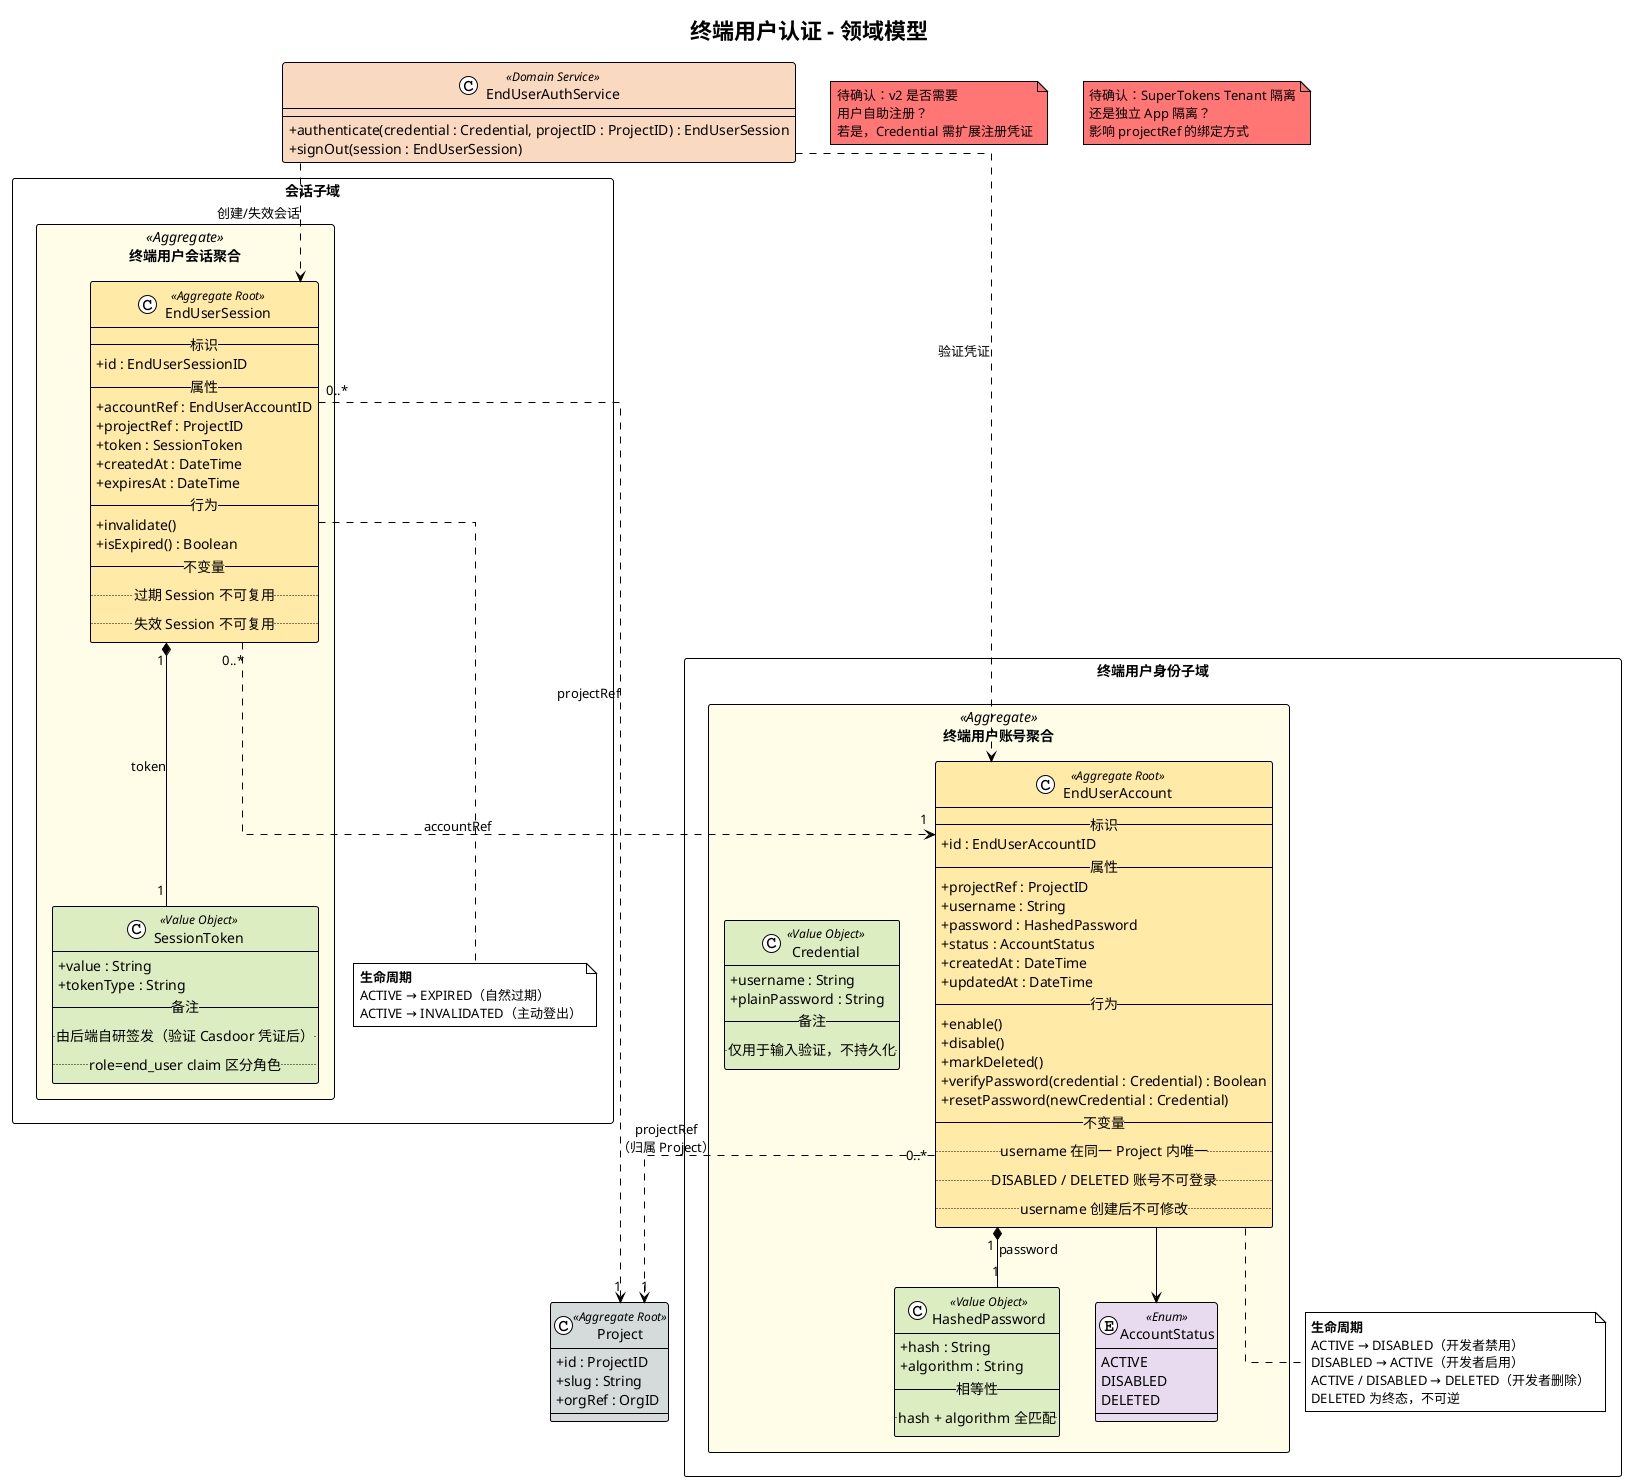
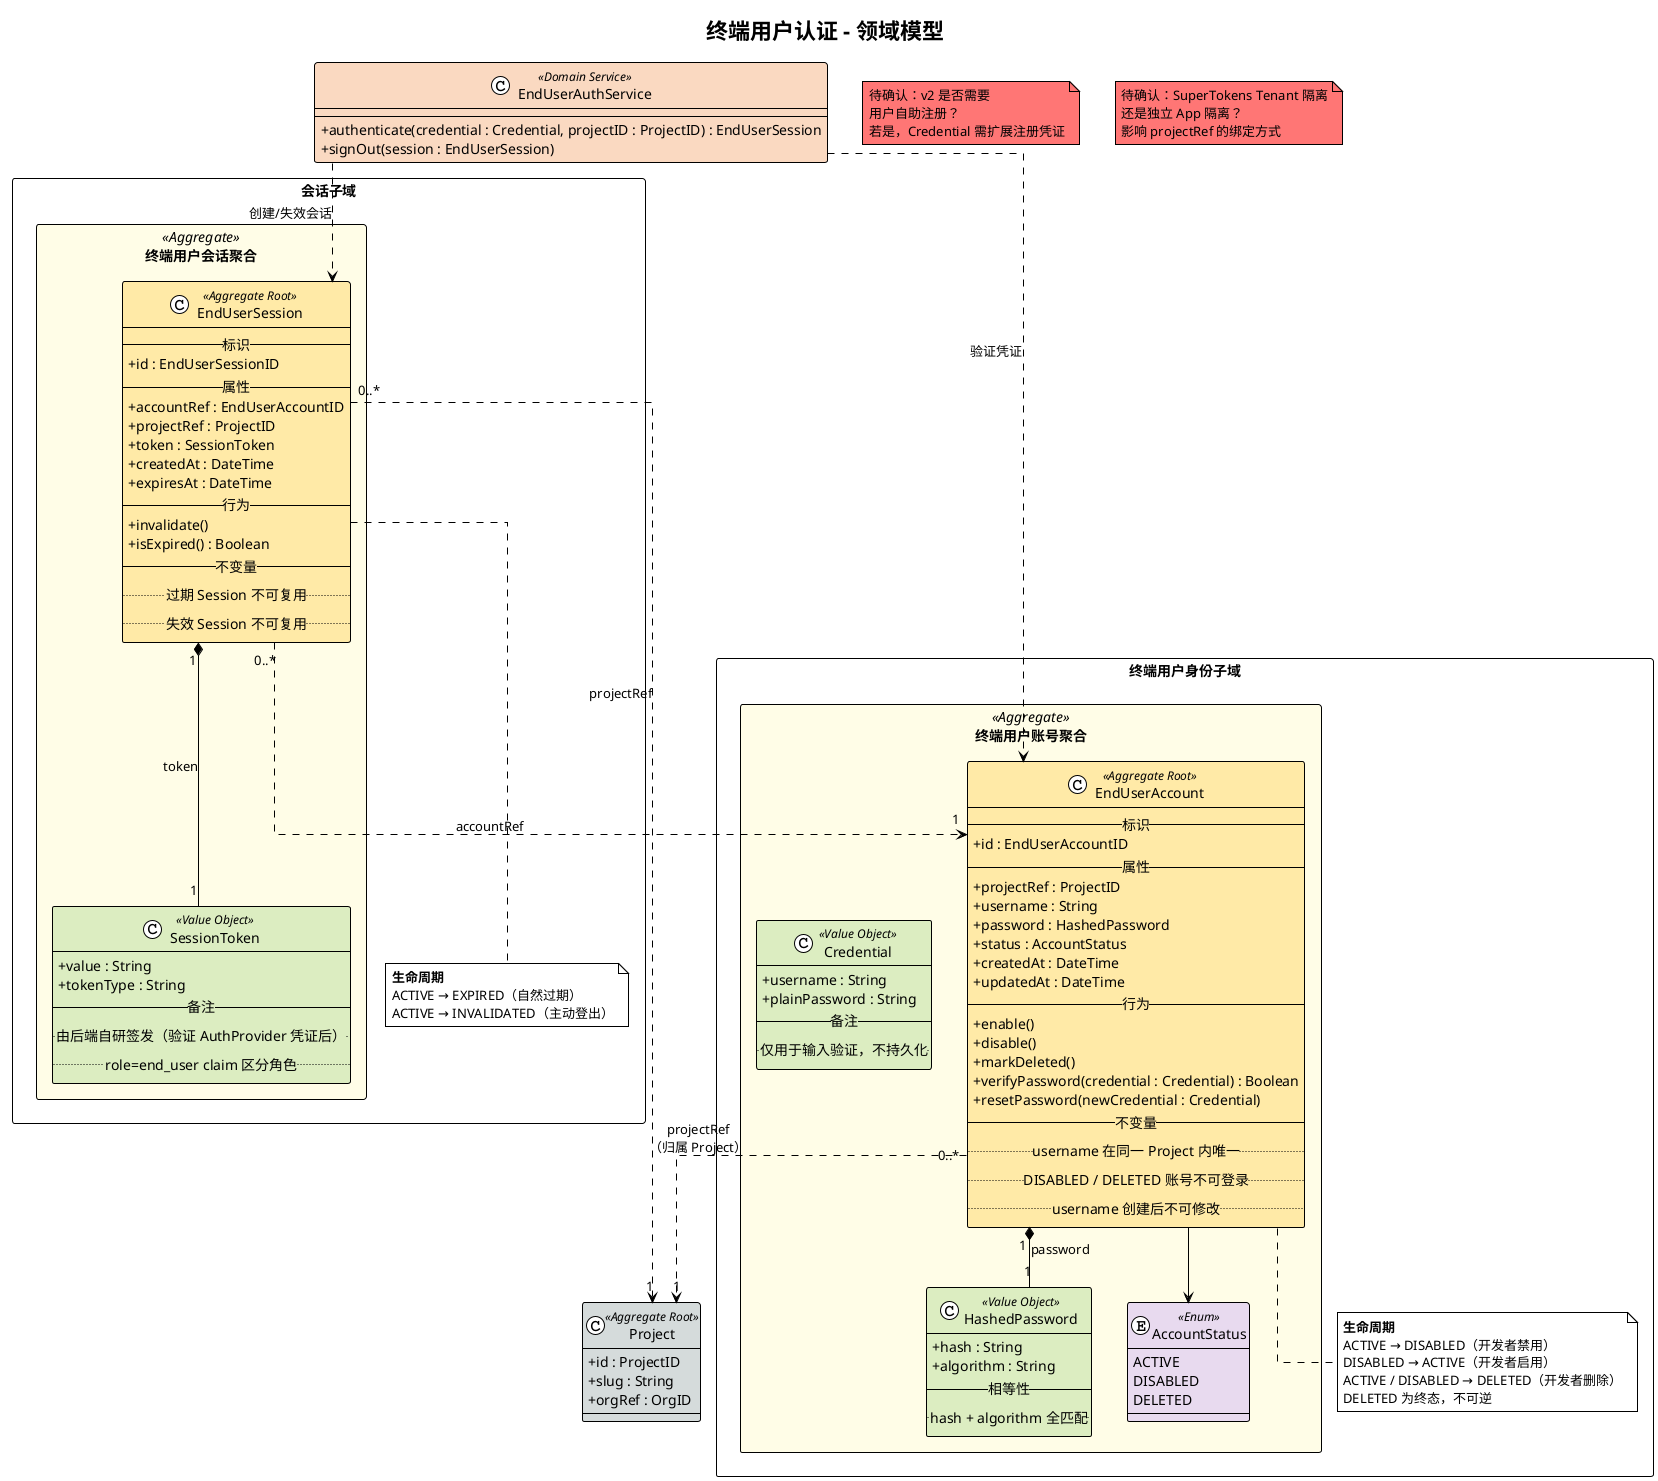
@startuml end-user-auth
!theme plain
skinparam linetype ortho
skinparam classAttributeIconSize 0
skinparam packageStyle rectangle

title 终端用户认证 - 领域模型

' ═══ 终端用户身份子域 ═══
rectangle "终端用户身份子域" as IdentitySubdomain {

  package "终端用户账号聚合" as EndUserAccountAggregate <<Aggregate>> #FFFDE7 {

    class EndUserAccount <<Aggregate Root>> #FFEAA7 {
      --标识--
      + id : EndUserAccountID
      --属性--
      + projectRef : ProjectID
      + username : String
      + password : HashedPassword
      + status : AccountStatus
      + createdAt : DateTime
      + updatedAt : DateTime
      --行为--
      + enable()
      + disable()
      + markDeleted()
      + verifyPassword(credential : Credential) : Boolean
      + resetPassword(newCredential : Credential)
      --不变量--
      .. username 在同一 Project 内唯一 ..
      .. DISABLED / DELETED 账号不可登录 ..
      .. username 创建后不可修改 ..
    }

    class HashedPassword <<Value Object>> #DCEDC1 {
      + hash : String
      + algorithm : String
      --相等性--
      .. hash + algorithm 全匹配 ..
    }

    class Credential <<Value Object>> #DCEDC1 {
      + username : String
      + plainPassword : String
      --备注--
      .. 仅用于输入验证，不持久化 ..
    }

    enum AccountStatus <<Enum>> #E8DAEF {
      ACTIVE
      DISABLED
      DELETED
    }

    EndUserAccount "1" *-- "1" HashedPassword : password
    EndUserAccount --> AccountStatus
  }

  note bottom of EndUserAccount
    <b>生命周期</b>
    ACTIVE → DISABLED（开发者禁用）
    DISABLED → ACTIVE（开发者启用）
    ACTIVE / DISABLED → DELETED（开发者删除）
    DELETED 为终态，不可逆
  end note
}

' ═══ 会话子域 ═══
rectangle "会话子域" as SessionSubdomain {

  package "终端用户会话聚合" as EndUserSessionAggregate <<Aggregate>> #FFFDE7 {

    class EndUserSession <<Aggregate Root>> #FFEAA7 {
      --标识--
      + id : EndUserSessionID
      --属性--
      + accountRef : EndUserAccountID
      + projectRef : ProjectID
      + token : SessionToken
      + createdAt : DateTime
      + expiresAt : DateTime
      --行为--
      + invalidate()
      + isExpired() : Boolean
      --不变量--
      .. 过期 Session 不可复用 ..
      .. 失效 Session 不可复用 ..
    }

    class SessionToken <<Value Object>> #DCEDC1 {
      + value : String
      + tokenType : String
      --备注--
-       .. 由后端自研签发（验证 Casdoor 凭证后） ..
+       .. 由后端自研签发（验证 AuthProvider 凭证后） ..
      .. role=end_user claim 区分角色 ..
    }

    EndUserSession "1" *-- "1" SessionToken : token
  }

  note bottom of EndUserSession
    <b>生命周期</b>
    ACTIVE → EXPIRED（自然过期）
    ACTIVE → INVALIDATED（主动登出）
  end note
}

' ═══ 领域服务 ═══
class EndUserAuthService <<Domain Service>> #FAD9C1 {
  + authenticate(credential : Credential, projectID : ProjectID) : EndUserSession
  + signOut(session : EndUserSession)
}

' ═══ 跨聚合引用 ═══
EndUserAccount "0..*" ..> "1" Project : projectRef\n（归属 Project）
EndUserSession "0..*" ..> "1" EndUserAccount : accountRef
EndUserSession "0..*" ..> "1" Project : projectRef

EndUserAuthService ..> EndUserAccount : 验证凭证
EndUserAuthService ..> EndUserSession : 创建/失效会话

' ═══ 外部聚合（引用，不展开） ═══
class Project <<Aggregate Root>> #D5DBDB {
  + id : ProjectID
  + slug : String
  + orgRef : OrgID
}

' ═══ 待确认问题 ═══
note "待确认：v2 是否需要\n用户自助注册？\n若是，Credential 需扩展注册凭证" as Q1 #FF7675
note "待确认：SuperTokens Tenant 隔离\n还是独立 App 隔离？\n影响 projectRef 的绑定方式" as Q2 #FF7675

@enduml
